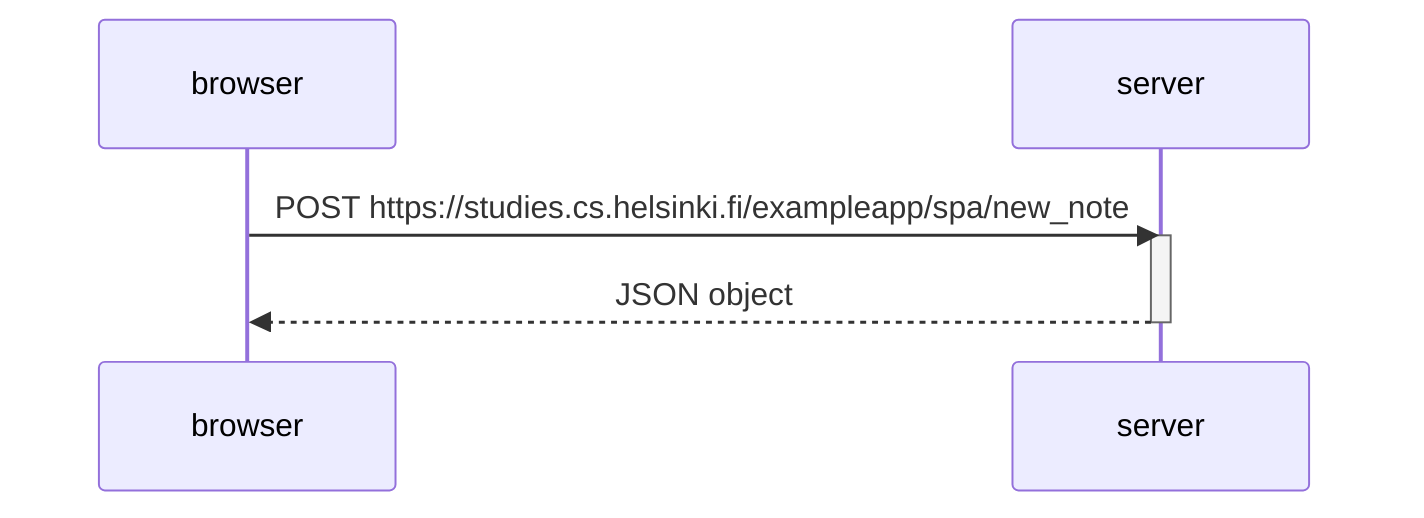
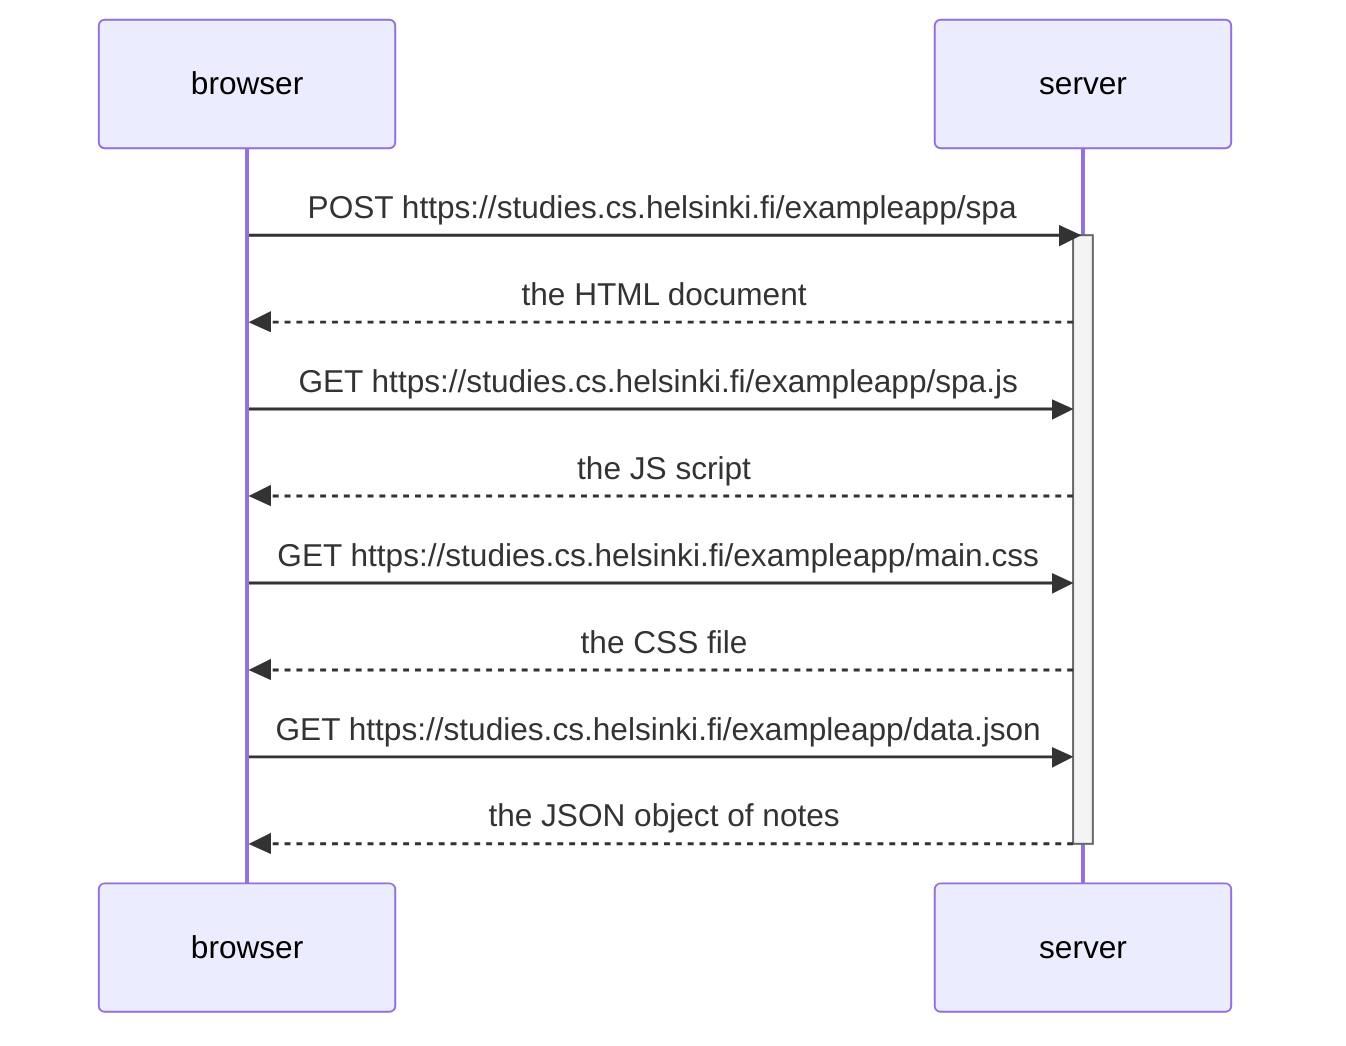
sequenceDiagram
    participant browser
    participant server

-     browser->>server: POST https://studies.cs.helsinki.fi/exampleapp/spa/new_note
+     browser->>server: POST https://studies.cs.helsinki.fi/exampleapp/spa
    activate server
-     server-->>browser: JSON object
- 
+     server-->>browser: the HTML document
+     browser->>server: GET https://studies.cs.helsinki.fi/exampleapp/spa.js
+     server-->>browser: the JS script
+     browser->>server: GET https://studies.cs.helsinki.fi/exampleapp/main.css
+     server-->>browser: the CSS file
+     browser->>server: GET https://studies.cs.helsinki.fi/exampleapp/data.json
+     server-->>browser: the JSON object of notes

    deactivate server
- 
